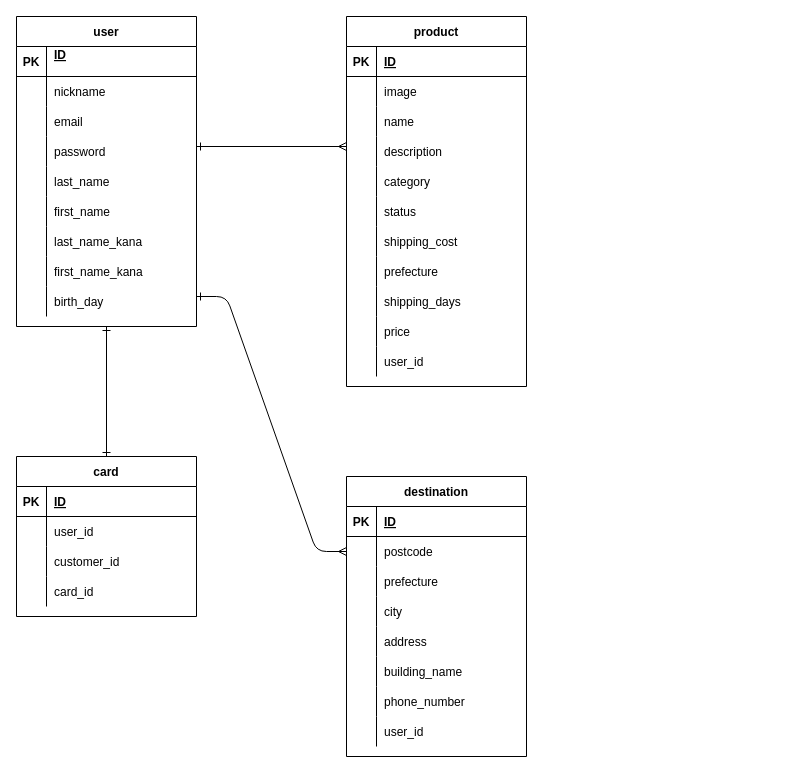
This is app/furima.dio from grimstash420/furima-32864, a draw.io file, before an edit. Source tidied: cells renumbered, new cells numbered last; positions are measured from the earlier drawing's top-left corner, leaving out a move shared by most shapes. Both pictures are drawn from the tidied source at 100%, with x=0, y=0 at pixel (16, 16).
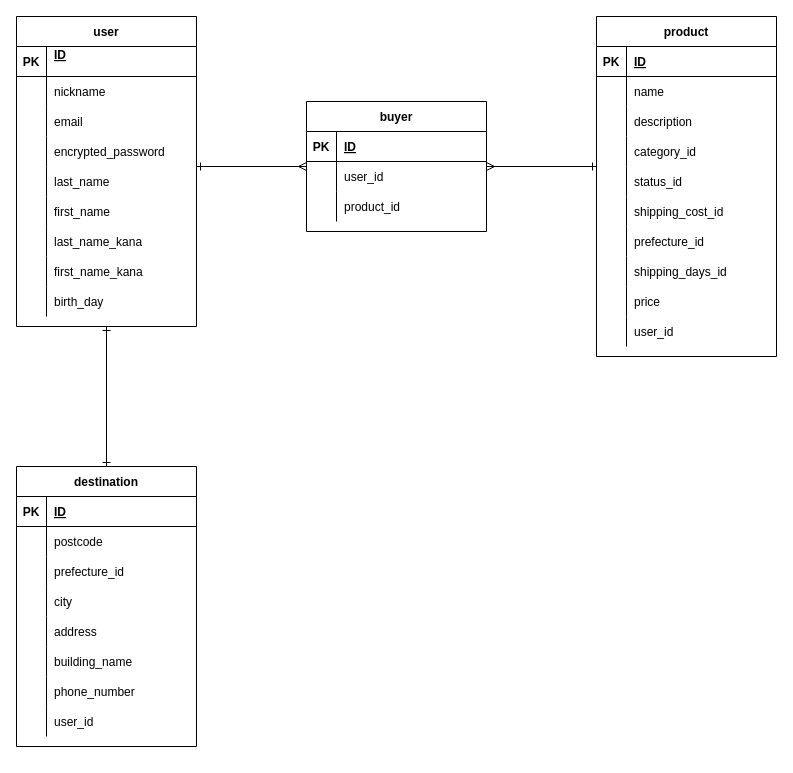
The same page after the edit.

Commit message (it also covers changes not shown here):
データベースの設計

The change refers to these unchanged cells:
```xml
<mxCell id="2" value="user" style="shape=table;startSize=30;childLayout=tableLayout;rowLines=0;fontStyle=1;align=center;" parent="1" vertex="1">
  <mxGeometry width="180" height="310" as="geometry" />
</mxCell>
<mxCell id="12" style="shape=partialRectangle;fillColor=none;top=0;left=0;bottom=0;right=0;" parent="2" vertex="1">
  <mxGeometry y="120" width="180" height="30" as="geometry" />
</mxCell>
<mxCell id="68" style="shape=partialRectangle;fillColor=none;top=0;left=0;bottom=0;right=0;points=[[0,0.5],[1,0.5]];portConstraint=eastwest;" parent="64" vertex="1">
  <mxGeometry y="60" width="180" height="30" as="geometry" />
</mxCell>
<mxCell id="71" style="shape=partialRectangle;fillColor=none;top=0;left=0;bottom=0;right=0;" parent="64" vertex="1">
  <mxGeometry y="90" width="180" height="30" as="geometry" />
</mxCell>
```

Change to the diagram source:
```diff
@@
-    <mxCell id="14" value="password" style="shape=partialRectangle;fillColor=none;top=0;left=0;bottom=0;right=0;align=left;spacingLeft=6;overflow=hidden;" parent="12" vertex="1">
+    <mxCell id="14" value="encrypted_password" style="shape=partialRectangle;fillColor=none;top=0;left=0;bottom=0;right=0;align=left;spacingLeft=6;overflow=hidden;" parent="12" vertex="1">
       <mxGeometry x="30" width="150" height="30" as="geometry" />
     </mxCell>
@@
     <mxCell id="30" value="product" style="shape=table;startSize=30;childLayout=tableLayout;rowLines=0;fontStyle=1;align=center;" parent="1" vertex="1">
-      <mxGeometry x="330" width="180" height="370" as="geometry" />
+      <mxGeometry x="580" width="180" height="340" as="geometry" />
     </mxCell>
@@
-    <mxCell id="34" style="shape=partialRectangle;fillColor=none;top=0;left=0;bottom=0;right=0;" parent="30" vertex="1">
-      <mxGeometry y="60" width="180" height="30" as="geometry" />
-    </mxCell>
-    <mxCell id="35" style="shape=partialRectangle;fillColor=none;top=0;left=0;bottom=0;right=0;overflow=hidden;" parent="34" vertex="1">
-      <mxGeometry width="30" height="30" as="geometry" />
-    </mxCell>
-    <mxCell id="36" value="image" style="shape=partialRectangle;fillColor=none;top=0;left=0;bottom=0;right=0;align=left;spacingLeft=6;overflow=hidden;" parent="34" vertex="1">
-      <mxGeometry x="30" width="150" height="30" as="geometry" />
-    </mxCell>
     <mxCell id="37" style="shape=partialRectangle;fillColor=none;top=0;left=0;bottom=0;right=0;" parent="30" vertex="1">
-      <mxGeometry y="90" width="180" height="30" as="geometry" />
+      <mxGeometry y="60" width="180" height="30" as="geometry" />
     </mxCell>
@@
     <mxCell id="40" style="shape=partialRectangle;fillColor=none;top=0;left=0;bottom=0;right=0;" parent="30" vertex="1">
-      <mxGeometry y="120" width="180" height="30" as="geometry" />
+      <mxGeometry y="90" width="180" height="30" as="geometry" />
     </mxCell>
@@
     <mxCell id="43" style="shape=partialRectangle;fillColor=none;top=0;left=0;bottom=0;right=0;" parent="30" vertex="1">
-      <mxGeometry y="150" width="180" height="30" as="geometry" />
+      <mxGeometry y="120" width="180" height="30" as="geometry" />
     </mxCell>
@@
-    <mxCell id="45" value="category" style="shape=partialRectangle;fillColor=none;top=0;left=0;bottom=0;right=0;align=left;spacingLeft=6;overflow=hidden;" parent="43" vertex="1">
+    <mxCell id="45" value="category_id" style="shape=partialRectangle;fillColor=none;top=0;left=0;bottom=0;right=0;align=left;spacingLeft=6;overflow=hidden;" parent="43" vertex="1">
       <mxGeometry x="30" width="150" height="30" as="geometry" />
     </mxCell>
     <mxCell id="46" style="shape=partialRectangle;fillColor=none;top=0;left=0;bottom=0;right=0;" parent="30" vertex="1">
-      <mxGeometry y="180" width="180" height="30" as="geometry" />
+      <mxGeometry y="150" width="180" height="30" as="geometry" />
     </mxCell>
@@
-    <mxCell id="48" value="status" style="shape=partialRectangle;fillColor=none;top=0;left=0;bottom=0;right=0;align=left;spacingLeft=6;overflow=hidden;" parent="46" vertex="1">
+    <mxCell id="48" value="status_id" style="shape=partialRectangle;fillColor=none;top=0;left=0;bottom=0;right=0;align=left;spacingLeft=6;overflow=hidden;" parent="46" vertex="1">
       <mxGeometry x="30" width="150" height="30" as="geometry" />
     </mxCell>
     <mxCell id="49" style="shape=partialRectangle;fillColor=none;top=0;left=0;bottom=0;right=0;" parent="30" vertex="1">
-      <mxGeometry y="210" width="180" height="30" as="geometry" />
+      <mxGeometry y="180" width="180" height="30" as="geometry" />
     </mxCell>
@@
-    <mxCell id="51" value="shipping_cost" style="shape=partialRectangle;fillColor=none;top=0;left=0;bottom=0;right=0;align=left;spacingLeft=6;overflow=hidden;" parent="49" vertex="1">
+    <mxCell id="51" value="shipping_cost_id" style="shape=partialRectangle;fillColor=none;top=0;left=0;bottom=0;right=0;align=left;spacingLeft=6;overflow=hidden;" parent="49" vertex="1">
       <mxGeometry x="30" width="150" height="30" as="geometry" />
     </mxCell>
     <mxCell id="52" style="shape=partialRectangle;fillColor=none;top=0;left=0;bottom=0;right=0;" parent="30" vertex="1">
-      <mxGeometry y="240" width="180" height="30" as="geometry" />
+      <mxGeometry y="210" width="180" height="30" as="geometry" />
     </mxCell>
@@
-    <mxCell id="54" value="prefecture" style="shape=partialRectangle;fillColor=none;top=0;left=0;bottom=0;right=0;align=left;spacingLeft=6;overflow=hidden;" parent="52" vertex="1">
+    <mxCell id="54" value="prefecture_id" style="shape=partialRectangle;fillColor=none;top=0;left=0;bottom=0;right=0;align=left;spacingLeft=6;overflow=hidden;" parent="52" vertex="1">
       <mxGeometry x="30" width="150" height="30" as="geometry" />
     </mxCell>
     <mxCell id="55" style="shape=partialRectangle;fillColor=none;top=0;left=0;bottom=0;right=0;" parent="30" vertex="1">
-      <mxGeometry y="270" width="180" height="30" as="geometry" />
+      <mxGeometry y="240" width="180" height="30" as="geometry" />
     </mxCell>
@@
-    <mxCell id="57" value="shipping_days" style="shape=partialRectangle;fillColor=none;top=0;left=0;bottom=0;right=0;align=left;spacingLeft=6;overflow=hidden;" parent="55" vertex="1">
+    <mxCell id="57" value="shipping_days_id" style="shape=partialRectangle;fillColor=none;top=0;left=0;bottom=0;right=0;align=left;spacingLeft=6;overflow=hidden;" parent="55" vertex="1">
       <mxGeometry x="30" width="150" height="30" as="geometry" />
     </mxCell>
     <mxCell id="58" style="shape=partialRectangle;fillColor=none;top=0;left=0;bottom=0;right=0;" parent="30" vertex="1">
-      <mxGeometry y="300" width="180" height="30" as="geometry" />
+      <mxGeometry y="270" width="180" height="30" as="geometry" />
     </mxCell>
@@
     <mxCell id="61" style="shape=partialRectangle;fillColor=none;top=0;left=0;bottom=0;right=0;" parent="30" vertex="1">
-      <mxGeometry y="330" width="180" height="30" as="geometry" />
+      <mxGeometry y="300" width="180" height="30" as="geometry" />
     </mxCell>
@@
     <mxCell id="64" value="destination" style="shape=table;startSize=30;childLayout=tableLayout;rowLines=0;fontStyle=1;align=center;" parent="1" vertex="1">
-      <mxGeometry x="330" y="460" width="180" height="280" as="geometry" />
+      <mxGeometry y="450" width="180" height="280" as="geometry" />
     </mxCell>
@@
-    <mxCell id="73" value="prefecture" style="shape=partialRectangle;fillColor=none;top=0;left=0;bottom=0;right=0;align=left;spacingLeft=6;overflow=hidden;" parent="71" vertex="1">
+    <mxCell id="73" value="prefecture_id" style="shape=partialRectangle;fillColor=none;top=0;left=0;bottom=0;right=0;align=left;spacingLeft=6;overflow=hidden;" parent="71" vertex="1">
       <mxGeometry x="30" width="150" height="30" as="geometry" />
     </mxCell>
@@
-    <mxCell id="89" value="card" style="shape=table;startSize=30;childLayout=tableLayout;rowLines=0;fontStyle=1;align=center;" parent="1" vertex="1">
-      <mxGeometry y="440" width="180" height="160" as="geometry" />
-    </mxCell>
+    <mxCell id="105" style="endArrow=ERone;html=1;rounded=0;exitX=0.5;exitY=1;exitDx=0;exitDy=0;entryX=0.5;entryY=0;entryDx=0;entryDy=0;endFill=0;startArrow=ERone;startFill=0;" parent="1" edge="1" source="2" target="64">
+      <mxGeometry relative="1" as="geometry" />
+    </mxCell>
+    <mxCell id="106" value="buyer" style="shape=table;startSize=30;childLayout=tableLayout;rowLines=0;fontStyle=1;align=center;" parent="1" vertex="1">
+      <mxGeometry x="290" y="85" width="180" height="130" as="geometry" />
+    </mxCell>
-    <mxCell id="90" style="shape=partialRectangle;fillColor=none;top=0;left=0;bottom=1;right=0;" parent="89" vertex="1">
+    <mxCell id="90" style="shape=partialRectangle;fillColor=none;top=0;left=0;bottom=1;right=0;" parent="106" vertex="1">
       <mxGeometry y="30" width="180" height="30" as="geometry" />
     </mxCell>
@@
-    <mxCell id="93" style="shape=partialRectangle;fillColor=none;top=0;left=0;bottom=0;right=0;" parent="89" vertex="1">
-      <mxGeometry y="60" width="180" height="30" as="geometry" />
-    </mxCell>
-    <mxCell id="94" style="shape=partialRectangle;fillColor=none;top=0;left=0;bottom=0;right=0;overflow=hidden;" parent="93" vertex="1">
-      <mxGeometry width="30" height="30" as="geometry" />
-    </mxCell>
+    <mxCell id="107" style="shape=partialRectangle;fillColor=none;top=0;left=0;bottom=0;right=0;" parent="106" vertex="1">
+      <mxGeometry y="60" width="180" height="30" as="geometry" />
+    </mxCell>
+    <mxCell id="108" style="shape=partialRectangle;fillColor=none;top=0;left=0;bottom=0;right=0;overflow=hidden;" parent="107" vertex="1">
+      <mxGeometry width="30" height="30" as="geometry" />
+    </mxCell>
-    <mxCell id="95" value="user_id" style="shape=partialRectangle;fillColor=none;top=0;left=0;bottom=0;right=0;align=left;spacingLeft=6;overflow=hidden;" parent="93" vertex="1">
+    <mxCell id="95" value="user_id" style="shape=partialRectangle;fillColor=none;top=0;left=0;bottom=0;right=0;align=left;spacingLeft=6;overflow=hidden;" parent="107" vertex="1">
       <mxGeometry x="30" width="150" height="30" as="geometry" />
     </mxCell>
-    <mxCell id="96" style="shape=partialRectangle;fillColor=none;top=0;left=0;bottom=0;right=0;" parent="89" vertex="1">
+    <mxCell id="96" style="shape=partialRectangle;fillColor=none;top=0;left=0;bottom=0;right=0;" parent="106" vertex="1">
       <mxGeometry y="90" width="180" height="30" as="geometry" />
     </mxCell>
-    <mxCell id="97" style="shape=partialRectangle;fillColor=none;top=0;left=0;bottom=0;right=0;overflow=hidden;" parent="96" vertex="1">
-      <mxGeometry width="30" height="30" as="geometry" />
-    </mxCell>
-    <mxCell id="98" value="customer_id" style="shape=partialRectangle;fillColor=none;top=0;left=0;bottom=0;right=0;align=left;spacingLeft=6;overflow=hidden;" parent="96" vertex="1">
-      <mxGeometry x="30" width="150" height="30" as="geometry" />
-    </mxCell>
-    <mxCell id="99" style="shape=partialRectangle;fillColor=none;top=0;left=0;bottom=0;right=0;" parent="89" vertex="1">
-      <mxGeometry y="120" width="180" height="30" as="geometry" />
-    </mxCell>
-    <mxCell id="100" style="shape=partialRectangle;fillColor=none;top=0;left=0;bottom=0;right=0;overflow=hidden;" parent="99" vertex="1">
-      <mxGeometry width="30" height="30" as="geometry" />
-    </mxCell>
-    <mxCell id="101" value="card_id" style="shape=partialRectangle;fillColor=none;top=0;left=0;bottom=0;right=0;align=left;spacingLeft=6;overflow=hidden;" parent="99" vertex="1">
-      <mxGeometry x="30" width="150" height="30" as="geometry" />
-    </mxCell>
-    <mxCell id="102" style="endArrow=ERone;html=1;rounded=0;entryX=0.5;entryY=1;entryDx=0;entryDy=0;exitX=0.5;exitY=0;exitDx=0;exitDy=0;endFill=0;startArrow=ERone;startFill=0;" parent="1" edge="1" source="89" target="2">
-      <mxGeometry relative="1" as="geometry" />
-    </mxCell>
-    <mxCell id="103" style="endArrow=ERmany;html=1;rounded=0;endFill=0;startArrow=ERone;startFill=0;" parent="1" edge="1">
-      <mxGeometry relative="1" as="geometry">
-        <mxPoint x="180" y="130" as="sourcePoint" />
-        <mxPoint x="330" y="130" as="targetPoint" />
-      </mxGeometry>
-    </mxCell>
-    <mxCell id="104" style="edgeStyle=entityRelationEdgeStyle;fontSize=12;html=1;endArrow=ERmany;entryX=0;entryY=0.5;entryDx=0;entryDy=0;startArrow=ERone;startFill=0;" parent="1" edge="1" target="68">
-      <mxGeometry relative="1" as="geometry">
-        <mxPoint x="180" y="280" as="sourcePoint" />
-      </mxGeometry>
-    </mxCell>
+    <mxCell id="109" style="shape=partialRectangle;fillColor=none;top=0;left=0;bottom=0;right=0;overflow=hidden;" parent="96" vertex="1">
+      <mxGeometry width="30" height="30" as="geometry" />
+    </mxCell>
+    <mxCell id="110" value="product_id" style="shape=partialRectangle;fillColor=none;top=0;left=0;bottom=0;right=0;align=left;spacingLeft=6;overflow=hidden;" parent="96" vertex="1">
+      <mxGeometry x="30" width="150" height="30" as="geometry" />
+    </mxCell>
+    <mxCell id="111" style="endArrow=ERmany;html=1;rounded=0;startArrow=ERone;startFill=0;endFill=0;" parent="1" edge="1">
+      <mxGeometry relative="1" as="geometry">
+        <mxPoint x="180" y="150" as="sourcePoint" />
+        <mxPoint x="290" y="150" as="targetPoint" />
+      </mxGeometry>
+    </mxCell>
+    <mxCell id="112" style="endArrow=ERone;html=1;rounded=0;startArrow=ERmany;startFill=0;endFill=0;" parent="1" edge="1">
+      <mxGeometry relative="1" as="geometry">
+        <mxPoint x="470" y="150" as="sourcePoint" />
+        <mxPoint x="580" y="150" as="targetPoint" />
+      </mxGeometry>
+    </mxCell>
```
